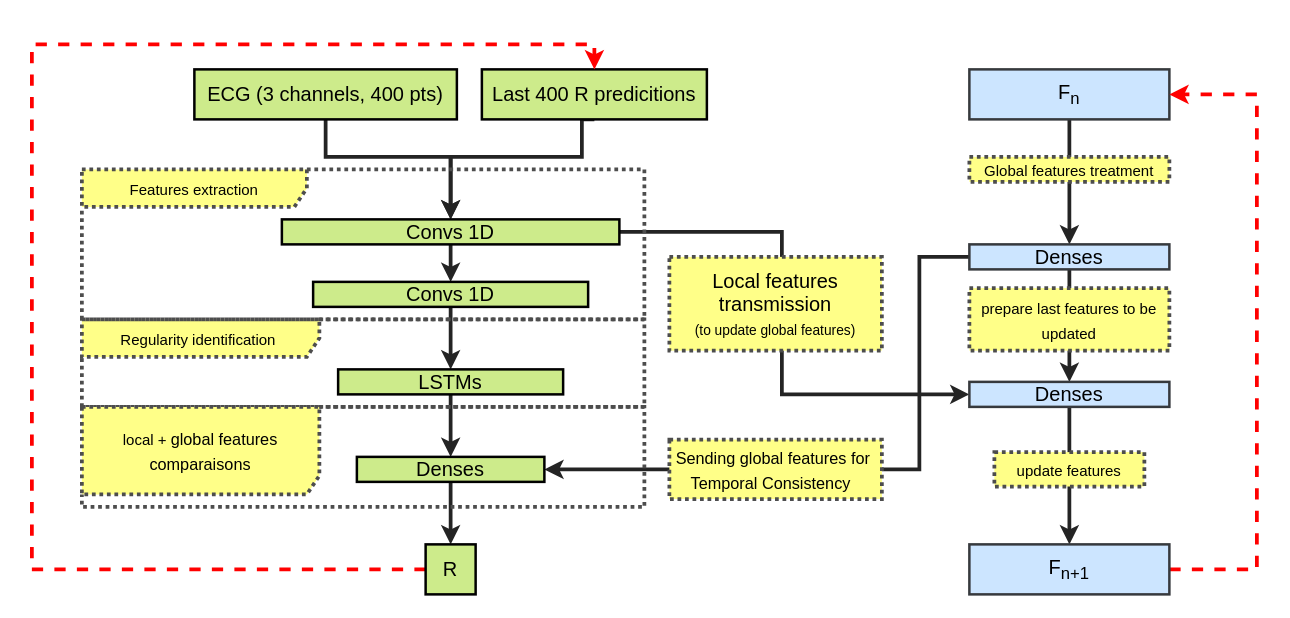
Above: page "V-3" (3 of 4) of Model.drawio in melpiro/Chess (draw.io), before the change. Source tidied: cells renumbered, new cells numbered last; positions are measured from the earlier drawing's top-left corner, leaving out a move shared by most shapes. Both pictures are drawn from the tidied source at 125%, with x=0, y=0 at pixel (31, 44).
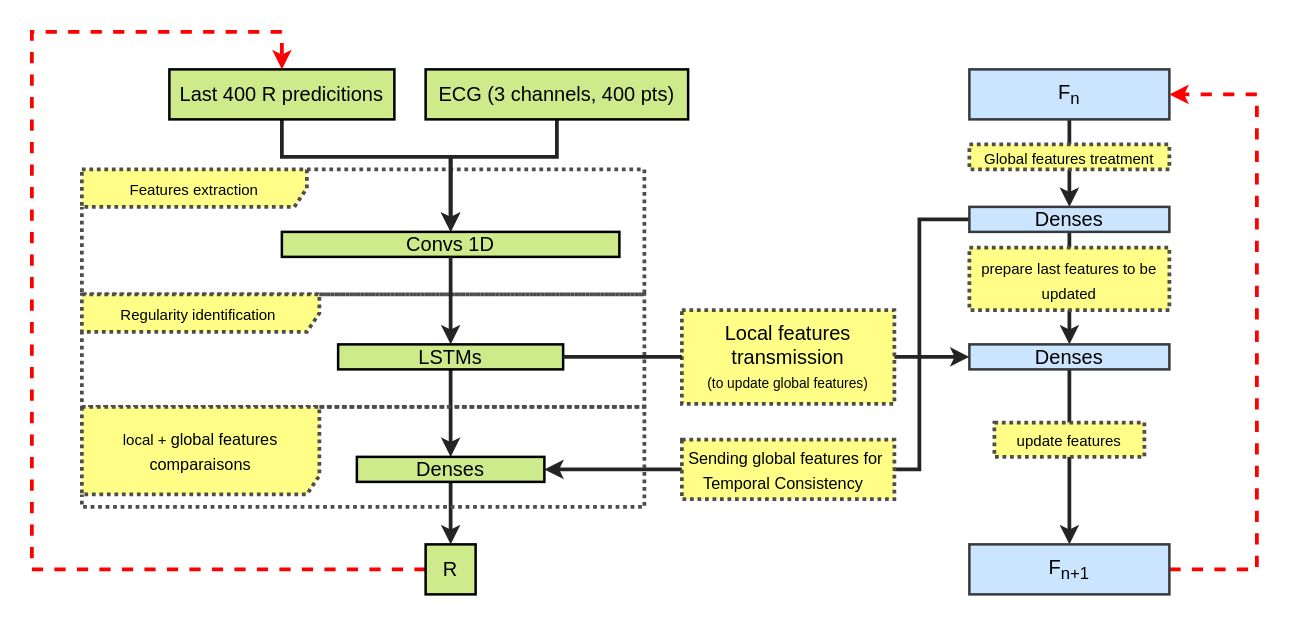
The same page after the edit.

Unchanged cells that the change refers to:
```xml
<mxCell id="23" value="Denses" style="rounded=0;whiteSpace=wrap;html=1;fillColor=#cdeb8b;strokeColor=#000000;fontColor=#000000;fontSize=16;strokeWidth=2;" parent="1" vertex="1">
  <mxGeometry x="260" y="330" width="150" height="20" as="geometry" />
</mxCell>
<mxCell id="25" value="R" style="rounded=0;whiteSpace=wrap;html=1;fillColor=#cdeb8b;strokeColor=#000000;fontColor=#000000;fontSize=16;strokeWidth=2;" parent="1" vertex="1">
  <mxGeometry x="315" y="400" width="40" height="40" as="geometry" />
</mxCell>
```

Change to the diagram source:
```diff
@@
+    <mxCell id="28" value="&lt;font style=&quot;font-size: 12px&quot;&gt;Features extraction&lt;/font&gt;" style="shape=umlFrame;whiteSpace=wrap;html=1;fontSize=16;strokeWidth=3;fontColor=#000000;dashed=1;width=180;height=30;fillColor=#ffff88;dashPattern=1 1;strokeColor=#4D4D4D;" parent="1" vertex="1">
+      <mxGeometry x="40" y="100" width="450" height="100" as="geometry" />
+    </mxCell>
+    <mxCell id="26" value="&lt;font style=&quot;font-size: 12px&quot;&gt;Regularity identification&amp;nbsp;&lt;/font&gt;" style="shape=umlFrame;whiteSpace=wrap;html=1;fontSize=16;strokeWidth=3;fillColor=#ffff88;fontColor=#000000;strokeColor=#4D4D4D;dashed=1;width=190;height=30;dashPattern=1 1;" parent="1" vertex="1">
+      <mxGeometry x="40" y="200" width="450" height="90" as="geometry" />
+    </mxCell>
     <mxCell id="2" style="edgeStyle=orthogonalEdgeStyle;rounded=0;jettySize=auto;html=1;exitX=0.5;exitY=1;exitDx=0;exitDy=0;strokeColor=#242424;strokeWidth=3;entryX=0.5;entryY=0;entryDx=0;entryDy=0;" parent="1" edge="1" source="3" target="8">
       <mxGeometry relative="1" as="geometry">
         <Array as="points">
-          <mxPoint x="235" y="90" />
+          <mxPoint x="420" y="90" />
           <mxPoint x="335" y="90" />
         </Array>
       </mxGeometry>
     </mxCell>
     <mxCell id="3" value="ECG (3 channels, 400 pts)" style="rounded=0;whiteSpace=wrap;html=1;fillColor=#cdeb8b;strokeColor=#000000;fontColor=#000000;fontSize=16;strokeWidth=2;" parent="1" vertex="1">
-      <mxGeometry x="130" y="20" width="210" height="40" as="geometry" />
+      <mxGeometry x="315" y="20" width="210" height="40" as="geometry" />
     </mxCell>
     <mxCell id="4" style="edgeStyle=orthogonalEdgeStyle;rounded=0;jettySize=auto;html=1;exitX=0.5;exitY=1;exitDx=0;exitDy=0;strokeColor=#242424;strokeWidth=3;entryX=0.5;entryY=0;entryDx=0;entryDy=0;" parent="1" edge="1" source="5" target="8">
       <mxGeometry relative="1" as="geometry">
         <Array as="points">
-          <mxPoint x="440" y="90" />
+          <mxPoint x="200" y="90" />
           <mxPoint x="335" y="90" />
         </Array>
       </mxGeometry>
     </mxCell>
     <mxCell id="5" value="Last 400 R predicitions" style="rounded=0;whiteSpace=wrap;html=1;fillColor=#cdeb8b;fontSize=16;fontColor=#000000;strokeColor=#000000;strokeWidth=2;" parent="1" vertex="1">
-      <mxGeometry x="360" y="20" width="180" height="40" as="geometry" />
+      <mxGeometry x="110" y="20" width="180" height="40" as="geometry" />
     </mxCell>
-    <mxCell id="6" style="edgeStyle=orthogonalEdgeStyle;rounded=0;jettySize=auto;html=1;exitX=0.5;exitY=1;exitDx=0;exitDy=0;entryX=0.5;entryY=0;entryDx=0;entryDy=0;fontSize=16;fontColor=#000000;strokeColor=#242424;strokeWidth=3;" parent="1" edge="1" source="8" target="10">
-      <mxGeometry relative="1" as="geometry" />
-    </mxCell>
-    <mxCell id="7" style="edgeStyle=orthogonalEdgeStyle;rounded=0;jettySize=auto;html=1;exitX=1;exitY=0.5;exitDx=0;exitDy=0;entryX=0;entryY=0.5;entryDx=0;entryDy=0;fontSize=16;fontColor=#000000;strokeColor=#242424;strokeWidth=3;" parent="1" edge="1" source="8" target="17">
-      <mxGeometry relative="1" as="geometry">
-        <Array as="points">
-          <mxPoint x="600" y="150" />
-          <mxPoint x="600" y="280" />
-        </Array>
-      </mxGeometry>
-    </mxCell>
     <mxCell id="8" value="Convs 1D" style="rounded=0;whiteSpace=wrap;html=1;fillColor=#cdeb8b;strokeColor=#000000;fontColor=#000000;fontSize=16;strokeWidth=2;" parent="1" vertex="1">
-      <mxGeometry x="200" y="140" width="270" height="20" as="geometry" />
+      <mxGeometry x="200" y="150" width="270" height="20" as="geometry" />
     </mxCell>
-    <mxCell id="9" style="edgeStyle=orthogonalEdgeStyle;rounded=0;jettySize=auto;html=1;exitX=0.5;exitY=1;exitDx=0;exitDy=0;fontSize=16;fontColor=#000000;strokeColor=#242424;strokeWidth=3;" parent="1" edge="1" source="10" target="21">
+    <mxCell id="9" style="edgeStyle=orthogonalEdgeStyle;rounded=0;jettySize=auto;html=1;exitX=0.5;exitY=1;exitDx=0;exitDy=0;fontSize=16;fontColor=#000000;strokeColor=#242424;strokeWidth=3;" parent="1" edge="1" source="8" target="21">
       <mxGeometry relative="1" as="geometry" />
     </mxCell>
-    <mxCell id="10" value="Convs 1D" style="rounded=0;whiteSpace=wrap;html=1;fillColor=#cdeb8b;strokeColor=#000000;fontColor=#000000;fontSize=16;strokeWidth=2;" parent="1" vertex="1">
-      <mxGeometry x="225" y="190" width="220" height="20" as="geometry" />
-    </mxCell>
@@
     <mxCell id="14" style="edgeStyle=orthogonalEdgeStyle;rounded=0;jettySize=auto;html=1;exitX=0;exitY=0.5;exitDx=0;exitDy=0;entryX=1;entryY=0.5;entryDx=0;entryDy=0;fontSize=16;fontColor=#000000;strokeColor=#242424;strokeWidth=3;" parent="1" edge="1" source="15" target="23">
       <mxGeometry relative="1" as="geometry">
         <Array as="points">
-          <mxPoint x="710" y="170" />
+          <mxPoint x="710" y="140" />
           <mxPoint x="710" y="340" />
         </Array>
       </mxGeometry>
     </mxCell>
     <mxCell id="15" value="&lt;font color=&quot;#000000&quot;&gt;Denses&lt;/font&gt;" style="rounded=0;whiteSpace=wrap;html=1;fillColor=#cce5ff;strokeColor=#36393d;fontSize=16;strokeWidth=2;" parent="1" vertex="1">
-      <mxGeometry x="750" y="160" width="160" height="20" as="geometry" />
+      <mxGeometry x="750" y="130" width="160" height="20" as="geometry" />
     </mxCell>
@@
     <mxCell id="17" value="&lt;font color=&quot;#000000&quot;&gt;Denses&lt;/font&gt;" style="rounded=0;whiteSpace=wrap;html=1;fillColor=#cce5ff;strokeColor=#36393d;fontSize=16;strokeWidth=2;" parent="1" vertex="1">
-      <mxGeometry x="750" y="270" width="160" height="20" as="geometry" />
+      <mxGeometry x="750" y="240" width="160" height="20" as="geometry" />
     </mxCell>
@@
+    <mxCell id="34" style="edgeStyle=orthogonalEdgeStyle;rounded=0;jettySize=auto;html=1;exitX=1;exitY=0.5;exitDx=0;exitDy=0;fontSize=16;fontColor=#000000;strokeColor=#242424;strokeWidth=3;entryX=0;entryY=0.5;entryDx=0;entryDy=0;startArrow=none;" parent="1" edge="1" source="29" target="17">
+      <mxGeometry relative="1" as="geometry">
+        <Array as="points">
+          <mxPoint x="680" y="250" />
+        </Array>
+      </mxGeometry>
+    </mxCell>
     <mxCell id="21" value="LSTMs" style="rounded=0;whiteSpace=wrap;html=1;fillColor=#cdeb8b;strokeColor=#000000;fontColor=#000000;fontSize=16;strokeWidth=2;" parent="1" vertex="1">
-      <mxGeometry x="245" y="260" width="180" height="20" as="geometry" />
+      <mxGeometry x="245" y="240" width="180" height="20" as="geometry" />
     </mxCell>
@@
     <mxCell id="24" style="edgeStyle=orthogonalEdgeStyle;rounded=0;jettySize=auto;html=1;exitX=0;exitY=0.5;exitDx=0;exitDy=0;entryX=0.5;entryY=0;entryDx=0;entryDy=0;dashed=1;fontSize=16;fontColor=#000000;strokeWidth=3;strokeColor=#FF0000;" parent="1" edge="1" source="25" target="5">
       <mxGeometry relative="1" as="geometry">
         <Array as="points">
           <mxPoint y="420" />
-          <mxPoint />
-          <mxPoint x="450" />
+          <mxPoint y="-10" />
+          <mxPoint x="200" y="-10" />
         </Array>
       </mxGeometry>
     </mxCell>
@@
-    <mxCell id="26" value="&lt;font style=&quot;font-size: 12px&quot;&gt;Regularity identification&amp;nbsp;&lt;/font&gt;" style="shape=umlFrame;whiteSpace=wrap;html=1;fontSize=16;strokeWidth=3;fillColor=#ffff88;fontColor=#000000;strokeColor=#4D4D4D;dashed=1;width=190;height=30;dashPattern=1 1;" parent="1" vertex="1">
-      <mxGeometry x="40" y="220" width="450" height="70" as="geometry" />
-    </mxCell>
@@
-    <mxCell id="28" value="&lt;font style=&quot;font-size: 12px&quot;&gt;Features extraction&lt;/font&gt;" style="shape=umlFrame;whiteSpace=wrap;html=1;fontSize=16;strokeWidth=3;fontColor=#000000;dashed=1;width=180;height=30;fillColor=#ffff88;dashPattern=1 1;strokeColor=#4D4D4D;" parent="1" vertex="1">
-      <mxGeometry x="40" y="100" width="450" height="120" as="geometry" />
-    </mxCell>
-    <mxCell id="29" value="Local features transmission&lt;br&gt;&lt;font style=&quot;font-size: 11px&quot;&gt;(to update global features)&lt;/font&gt;" style="whiteSpace=wrap;html=1;dashed=1;dashPattern=1 1;fontSize=16;fontColor=#000000;strokeColor=#4D4D4D;strokeWidth=3;fillColor=#ffff88;" parent="1" vertex="1">
-      <mxGeometry x="510" y="170" width="170" height="75" as="geometry" />
-    </mxCell>
     <mxCell id="30" value="&lt;font style=&quot;font-size: 13px&quot;&gt;Sending global features for&amp;nbsp;&lt;br&gt;Temporal Consistency&amp;nbsp;&amp;nbsp;&lt;/font&gt;" style="whiteSpace=wrap;html=1;dashed=1;dashPattern=1 1;fontSize=16;fontColor=#000000;strokeColor=#4D4D4D;strokeWidth=3;fillColor=#ffff88;" parent="1" vertex="1">
-      <mxGeometry x="510" y="316.2" width="170" height="47.5" as="geometry" />
+      <mxGeometry x="520" y="316.2" width="170" height="47.5" as="geometry" />
     </mxCell>
     <mxCell id="31" value="&lt;font style=&quot;font-size: 12px&quot;&gt;update features&lt;/font&gt;" style="whiteSpace=wrap;html=1;dashed=1;dashPattern=1 1;fontSize=16;fontColor=#000000;strokeColor=#4D4D4D;strokeWidth=3;fillColor=#ffff88;" parent="1" vertex="1">
-      <mxGeometry x="770" y="326.2" width="120" height="27.5" as="geometry" />
+      <mxGeometry x="770" y="302.5" width="120" height="27.5" as="geometry" />
     </mxCell>
     <mxCell id="32" value="&lt;font style=&quot;font-size: 12px&quot;&gt;prepare last features to be updated&lt;/font&gt;" style="whiteSpace=wrap;html=1;dashed=1;dashPattern=1 1;fontSize=16;fontColor=#000000;strokeColor=#4D4D4D;strokeWidth=3;fillColor=#ffff88;" parent="1" vertex="1">
-      <mxGeometry x="750" y="195" width="160" height="50" as="geometry" />
+      <mxGeometry x="750" y="162.5" width="160" height="50" as="geometry" />
     </mxCell>
     <mxCell id="33" value="&lt;font style=&quot;font-size: 12px&quot;&gt;Global features treatment&lt;/font&gt;" style="whiteSpace=wrap;html=1;dashed=1;dashPattern=1 1;fontSize=16;fontColor=#000000;strokeColor=#4D4D4D;strokeWidth=3;fillColor=#ffff88;" parent="1" vertex="1">
-      <mxGeometry x="750" y="90" width="160" height="20" as="geometry" />
+      <mxGeometry x="750" y="80" width="160" height="20" as="geometry" />
     </mxCell>
+    <mxCell id="29" value="Local features transmission&lt;br&gt;&lt;font style=&quot;font-size: 11px&quot;&gt;(to update global features)&lt;/font&gt;" style="whiteSpace=wrap;html=1;dashed=1;dashPattern=1 1;fontSize=16;fontColor=#000000;strokeColor=#4D4D4D;strokeWidth=3;fillColor=#ffff88;" parent="1" vertex="1">
+      <mxGeometry x="520" y="212.5" width="170" height="75" as="geometry" />
+    </mxCell>
+    <mxCell id="35" style="edgeStyle=orthogonalEdgeStyle;rounded=0;jettySize=auto;html=1;exitX=1;exitY=0.5;exitDx=0;exitDy=0;fontSize=16;fontColor=#000000;strokeColor=#242424;strokeWidth=3;entryX=0;entryY=0.5;entryDx=0;entryDy=0;endArrow=none;" parent="1" edge="1" source="21" target="29">
+      <mxGeometry relative="1" as="geometry">
+        <Array as="points">
+          <mxPoint x="510" y="250" />
+        </Array>
+      </mxGeometry>
+    </mxCell>
```
